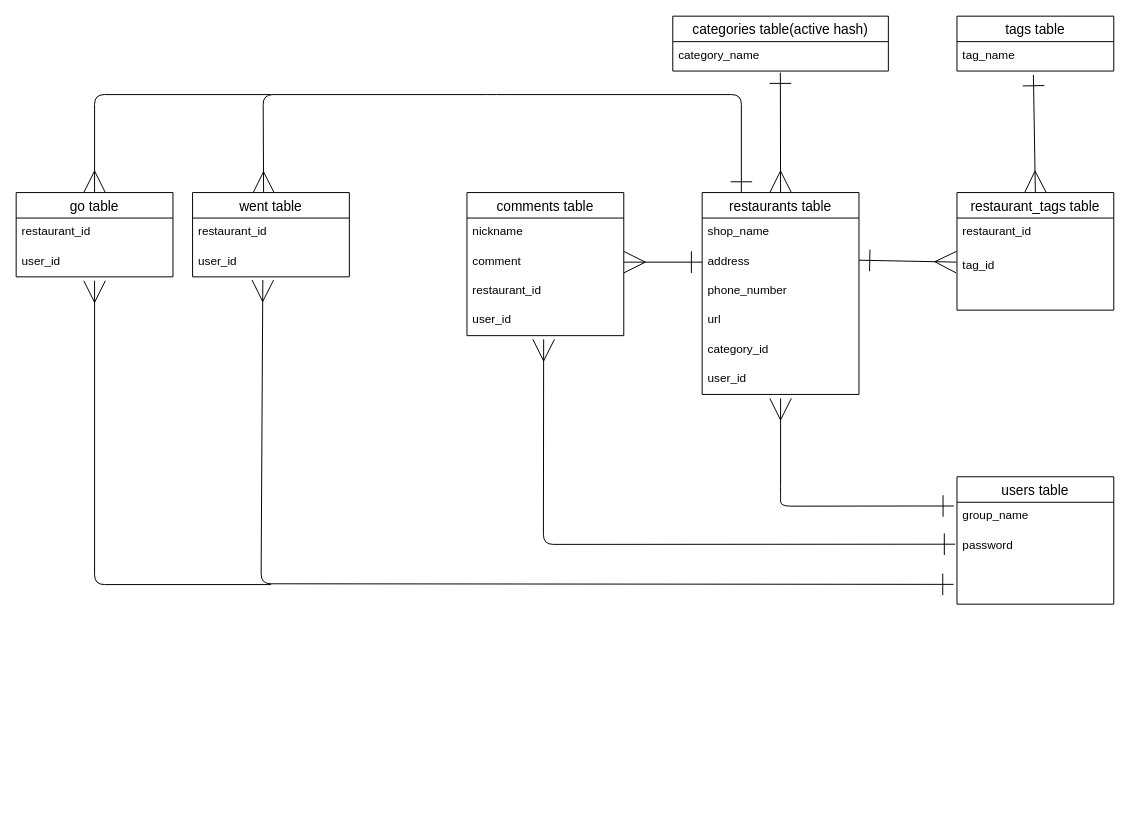
The draw.io diagram original-app.dio in rinooooo/original-app-38253, before the edit. Source tidied: cells renumbered, new cells numbered last; positions are measured from the earlier drawing's top-left corner, leaving out a move shared by most shapes. Both pictures are drawn from the tidied source at 98%, with x=0, y=0 at pixel (16, 16).
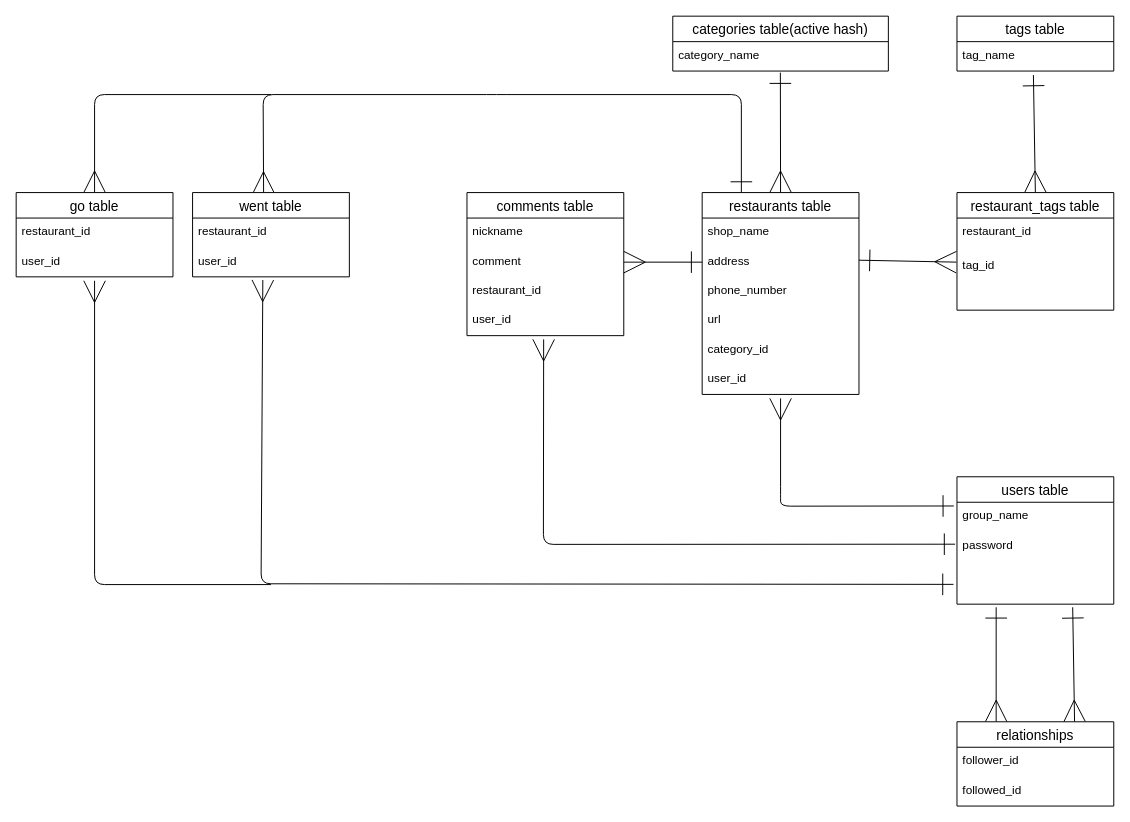
After the change.

Unchanged cells that the change refers to:
```xml
<mxCell id="22" value="password" style="text;strokeColor=none;fillColor=none;spacingLeft=4;spacingRight=4;overflow=hidden;points=[[0,0.5],[1,0.5]];portConstraint=eastwest;fontSize=12;" parent="20" vertex="1">
  <mxGeometry y="56" width="160" height="74" as="geometry" />
</mxCell>
```

What changed in the source:
```diff
@@
+    <mxCell id="40" style="edgeStyle=none;html=1;exitX=0.25;exitY=0;exitDx=0;exitDy=0;entryX=0.25;entryY=1.043;entryDx=0;entryDy=0;entryPerimeter=0;endArrow=ERone;endFill=0;startArrow=ERmany;startFill=0;endSize=20;startSize=20;" parent="1" edge="1" source="42" target="22">
+      <mxGeometry relative="1" as="geometry" />
+    </mxCell>
+    <mxCell id="41" style="edgeStyle=none;html=1;exitX=0.75;exitY=0;exitDx=0;exitDy=0;entryX=0.738;entryY=1.043;entryDx=0;entryDy=0;entryPerimeter=0;startArrow=ERmany;startFill=0;endArrow=ERone;endFill=0;startSize=20;endSize=20;" parent="1" edge="1" source="42" target="22">
+      <mxGeometry relative="1" as="geometry" />
+    </mxCell>
+    <mxCell id="42" value="relationships" style="swimlane;fontStyle=0;horizontal=1;startSize=26;align=center;fontSize=14;" parent="1" vertex="1">
+      <mxGeometry x="960" y="720" width="160" height="86" as="geometry" />
+    </mxCell>
+    <mxCell id="43" value="follower_id" style="text;strokeColor=none;fillColor=none;spacingLeft=4;spacingRight=4;overflow=hidden;fontSize=12;" parent="42" vertex="1">
+      <mxGeometry y="26" width="160" height="30" as="geometry" />
+    </mxCell>
+    <mxCell id="44" value="followed_id" style="text;strokeColor=none;fillColor=none;spacingLeft=4;spacingRight=4;overflow=hidden;fontSize=12;" parent="42" vertex="1">
+      <mxGeometry y="56" width="160" height="30" as="geometry" />
+    </mxCell>
```
